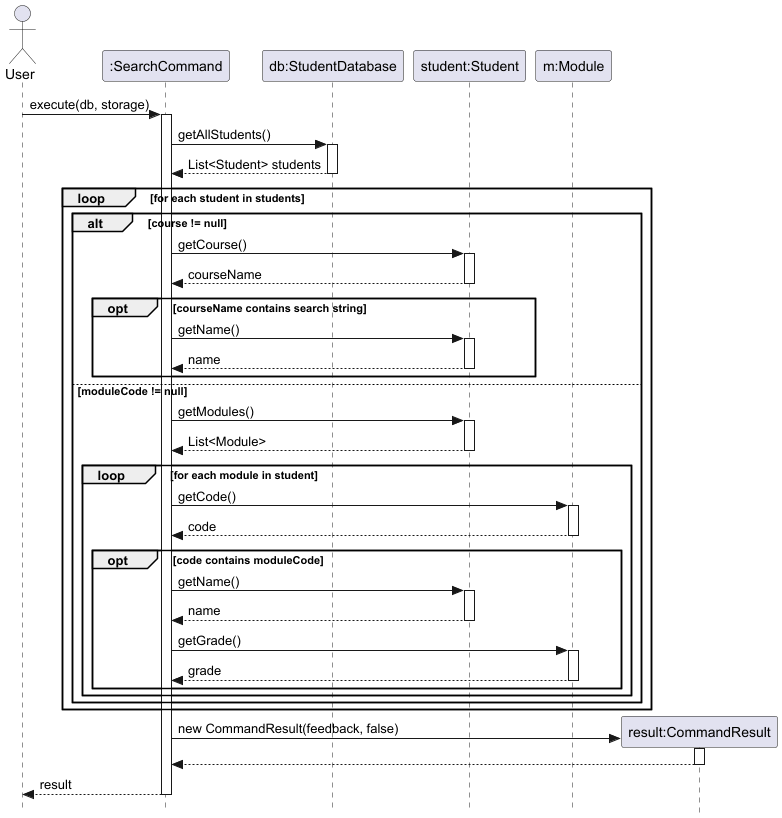
Before: docs/images/SearchCommandSequence.png, a diagram exported from PlantUML (AY2526S2-CS2113-T11-4/tp).
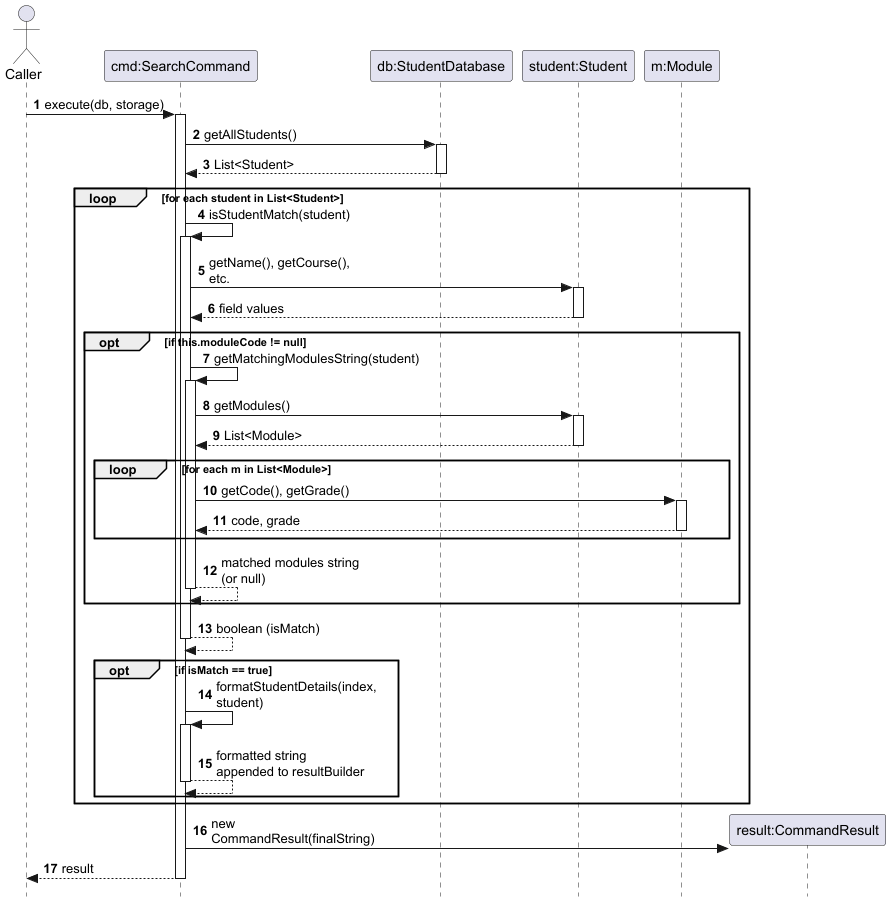
Later version of the same file.

Change to the diagram source:
```diff
@@ -1,68 +1,65 @@
 @startuml
+skinparam maxMessageSize 150
+skinparam style strictuml
+autonumber
 
-skinparam style strictuml
+actor Caller
+participant "cmd:SearchCommand" as SearchCommand
+participant "db:StudentDatabase" as StudentDatabase
+participant "student:Student" as Student
+participant "m:Module" as Module
 
-actor User
-participant ":SearchCommand" as SC
-participant "db:StudentDatabase" as DB
-participant "student:Student" as S
-participant "m:Module" as M
+Caller -> SearchCommand : execute(db, storage)
+activate SearchCommand
 
-User -> SC : execute(db, storage)
-activate SC
+SearchCommand -> StudentDatabase : getAllStudents()
+activate StudentDatabase
+StudentDatabase --> SearchCommand : List<Student>
+deactivate StudentDatabase
 
-SC -> DB : getAllStudents()
-activate DB
-DB --> SC : List<Student> students
-deactivate DB
+loop for each student in List<Student>
+    SearchCommand -> SearchCommand : isStudentMatch(student)
+    activate SearchCommand
 
-loop for each student in students
-    alt course != null
-        SC -> S : getCourse()
-        activate S
-        S --> SC : courseName
-        deactivate S
+    SearchCommand -> Student : getName(), getCourse(), etc.
+    activate Student
+    Student --> SearchCommand : field values
+    deactivate Student
 
-        opt courseName contains search string
-            SC -> S : getName()
-            activate S
-            S --> SC : name
-            deactivate S
+    opt if this.moduleCode != null
+        SearchCommand -> SearchCommand : getMatchingModulesString(student)
+        activate SearchCommand
+
+        SearchCommand -> Student : getModules()
+        activate Student
+        Student --> SearchCommand : List<Module>
+        deactivate Student
+
+        loop for each m in List<Module>
+            SearchCommand -> Module : getCode(), getGrade()
+            activate Module
+            Module --> SearchCommand : code, grade
+            deactivate Module
         end
 
-    else moduleCode != null
-        SC -> S : getModules()
-        activate S
-        S --> SC : List<Module>
-        deactivate S
+        SearchCommand --> SearchCommand : matched modules string (or null)
+        deactivate SearchCommand
+    end
 
-        loop for each module in student
-            SC -> M : getCode()
-            activate M
-            M --> SC : code
-            deactivate M
+    SearchCommand --> SearchCommand : boolean (isMatch)
+    deactivate SearchCommand
 
-            opt code contains moduleCode
-                SC -> S : getName()
-                activate S
-                S --> SC : name
-                deactivate S
-
-                SC -> M : getGrade()
-                activate M
-                M --> SC : grade
-                deactivate M
-            end
-        end
+    opt if isMatch == true
+        SearchCommand -> SearchCommand : formatStudentDetails(index, student)
+        activate SearchCommand
+        SearchCommand --> SearchCommand : formatted string appended to resultBuilder
+        deactivate SearchCommand
     end
 end
 
-create participant "result:CommandResult" as CR
-SC -> CR : new CommandResult(feedback, false)
-activate CR
-CR --> SC
-deactivate CR
+create "result:CommandResult" as CommandResult
+SearchCommand -> CommandResult : new CommandResult(finalString)
 
-SC --> User : result
-deactivate SC
+SearchCommand --> Caller : result
+deactivate SearchCommand
 @enduml
```
